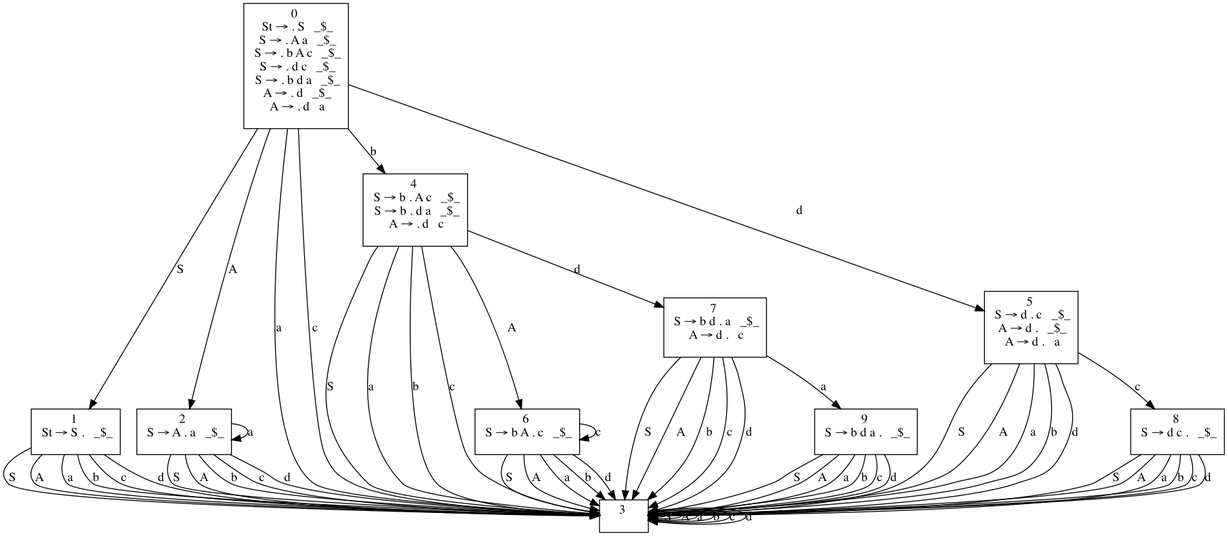
Earlier version of the Graphviz export TC/hw2/graphviz.png (heracle/unibuc). Its source is kept beside it as TC/hw2/graphviz.dot.
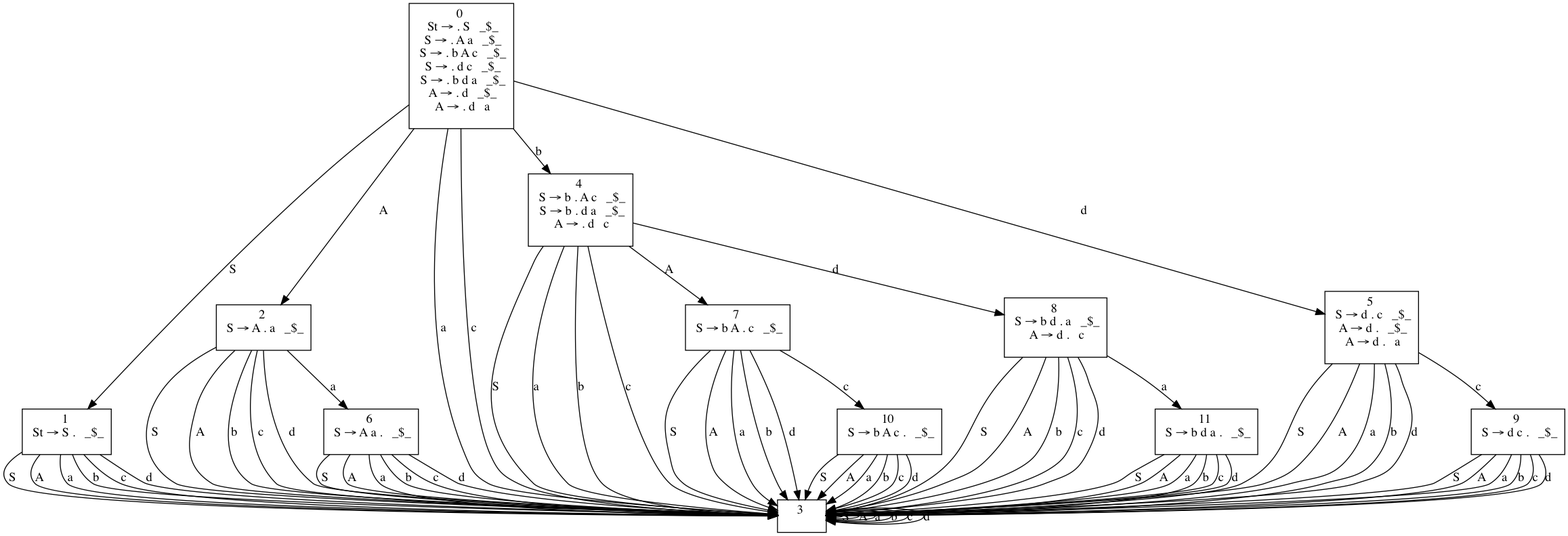
The same diagram one commit later.

What changed in the source:
```diff
@@ -27,16 +27,22 @@
 A → d .   a<BR></BR>
 >];
 6 [minlen=10 dir=back shape=box label=<6 <BR></BR>
+S → A a .   _$_<BR></BR>
+>];
+7 [minlen=10 dir=back shape=box label=<7 <BR></BR>
 S → b A . c   _$_<BR></BR>
 >];
-7 [minlen=10 dir=back shape=box label=<7 <BR></BR>
+8 [minlen=10 dir=back shape=box label=<8 <BR></BR>
 S → b d . a   _$_<BR></BR>
 A → d .   c<BR></BR>
 >];
-8 [minlen=10 dir=back shape=box label=<8 <BR></BR>
+9 [minlen=10 dir=back shape=box label=<9 <BR></BR>
 S → d c .   _$_<BR></BR>
 >];
-9 [minlen=10 dir=back shape=box label=<9 <BR></BR>
+10 [minlen=10 dir=back shape=box label=<10 <BR></BR>
+S → b A c .   _$_<BR></BR>
+>];
+11 [minlen=10 dir=back shape=box label=<11 <BR></BR>
 S → b d a .   _$_<BR></BR>
 >];
 0 -> 1 [label="S"];
@@ -53,7 +59,7 @@
 1 -> 3 [label="d"];
 2 -> 3 [label="S"];
 2 -> 3 [label="A"];
-2 -> 2 [label="a"];
+2 -> 6 [label="a"];
 2 -> 3 [label="b"];
 2 -> 3 [label="c"];
 2 -> 3 [label="d"];
@@ -64,32 +70,32 @@
 3 -> 3 [label="c"];
 3 -> 3 [label="d"];
 4 -> 3 [label="S"];
-4 -> 6 [label="A"];
+4 -> 7 [label="A"];
 4 -> 3 [label="a"];
 4 -> 3 [label="b"];
 4 -> 3 [label="c"];
-4 -> 7 [label="d"];
+4 -> 8 [label="d"];
 5 -> 3 [label="S"];
 5 -> 3 [label="A"];
 5 -> 3 [label="a"];
 5 -> 3 [label="b"];
-5 -> 8 [label="c"];
+5 -> 9 [label="c"];
 5 -> 3 [label="d"];
 6 -> 3 [label="S"];
 6 -> 3 [label="A"];
 6 -> 3 [label="a"];
 6 -> 3 [label="b"];
-6 -> 6 [label="c"];
+6 -> 3 [label="c"];
 6 -> 3 [label="d"];
 7 -> 3 [label="S"];
 7 -> 3 [label="A"];
-7 -> 9 [label="a"];
+7 -> 3 [label="a"];
 7 -> 3 [label="b"];
-7 -> 3 [label="c"];
+7 -> 10 [label="c"];
 7 -> 3 [label="d"];
 8 -> 3 [label="S"];
 8 -> 3 [label="A"];
-8 -> 3 [label="a"];
+8 -> 11 [label="a"];
 8 -> 3 [label="b"];
 8 -> 3 [label="c"];
 8 -> 3 [label="d"];
@@ -99,4 +105,16 @@
 9 -> 3 [label="b"];
 9 -> 3 [label="c"];
 9 -> 3 [label="d"];
+10 -> 3 [label="S"];
+10 -> 3 [label="A"];
+10 -> 3 [label="a"];
+10 -> 3 [label="b"];
+10 -> 3 [label="c"];
+10 -> 3 [label="d"];
+11 -> 3 [label="S"];
+11 -> 3 [label="A"];
+11 -> 3 [label="a"];
+11 -> 3 [label="b"];
+11 -> 3 [label="c"];
+11 -> 3 [label="d"];
 }
```
